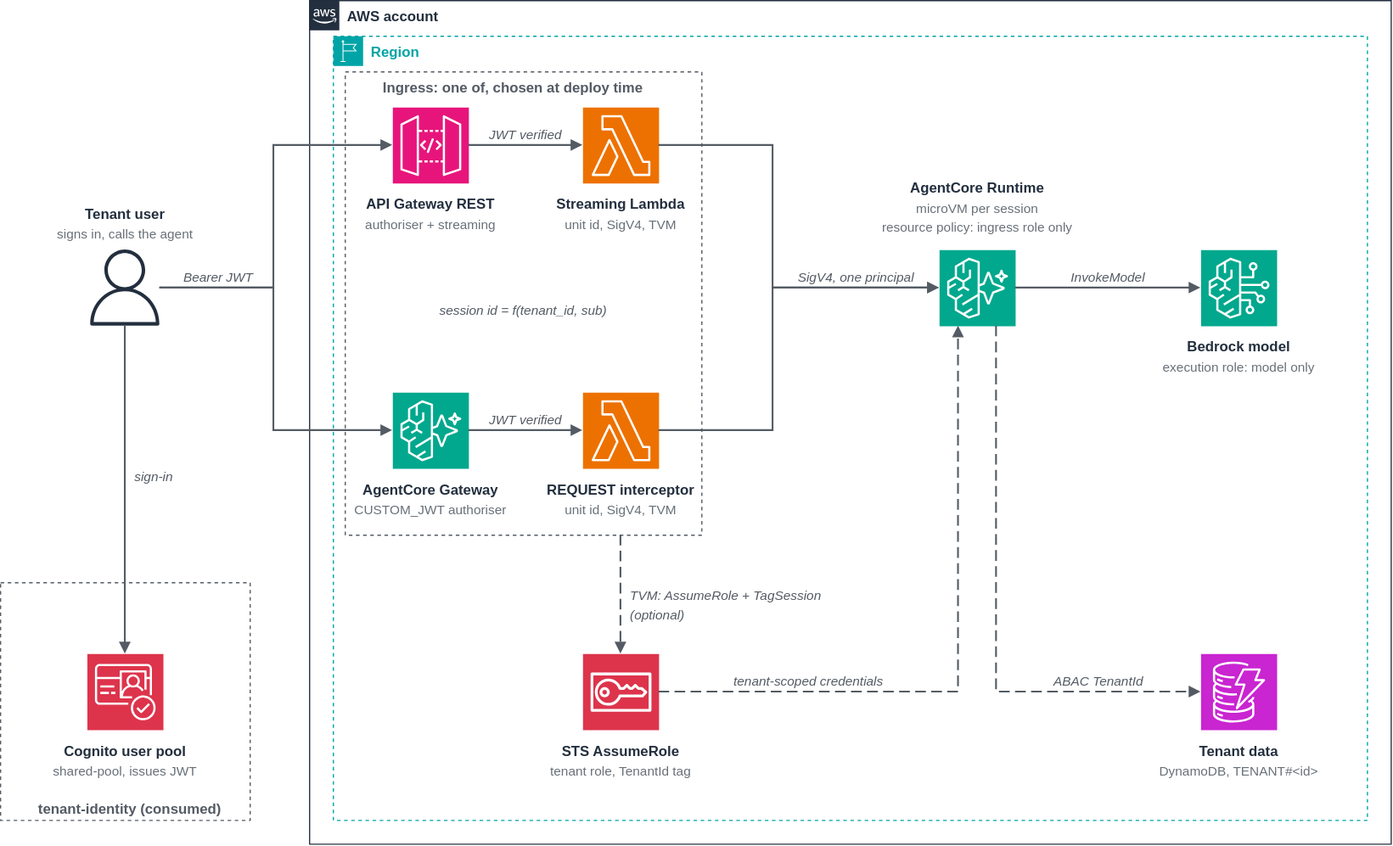
The draw.io diagram samples/runtime-isolation/diagrams/runtime-isolation.drawio.svg in aws-samples/sample-agentic-ai-acceleration-patterns, before a commit. Source tidied: cells renumbered, new cells last; positions are measured from the earlier drawing's top-left corner, leaving out a move shared by most shapes.
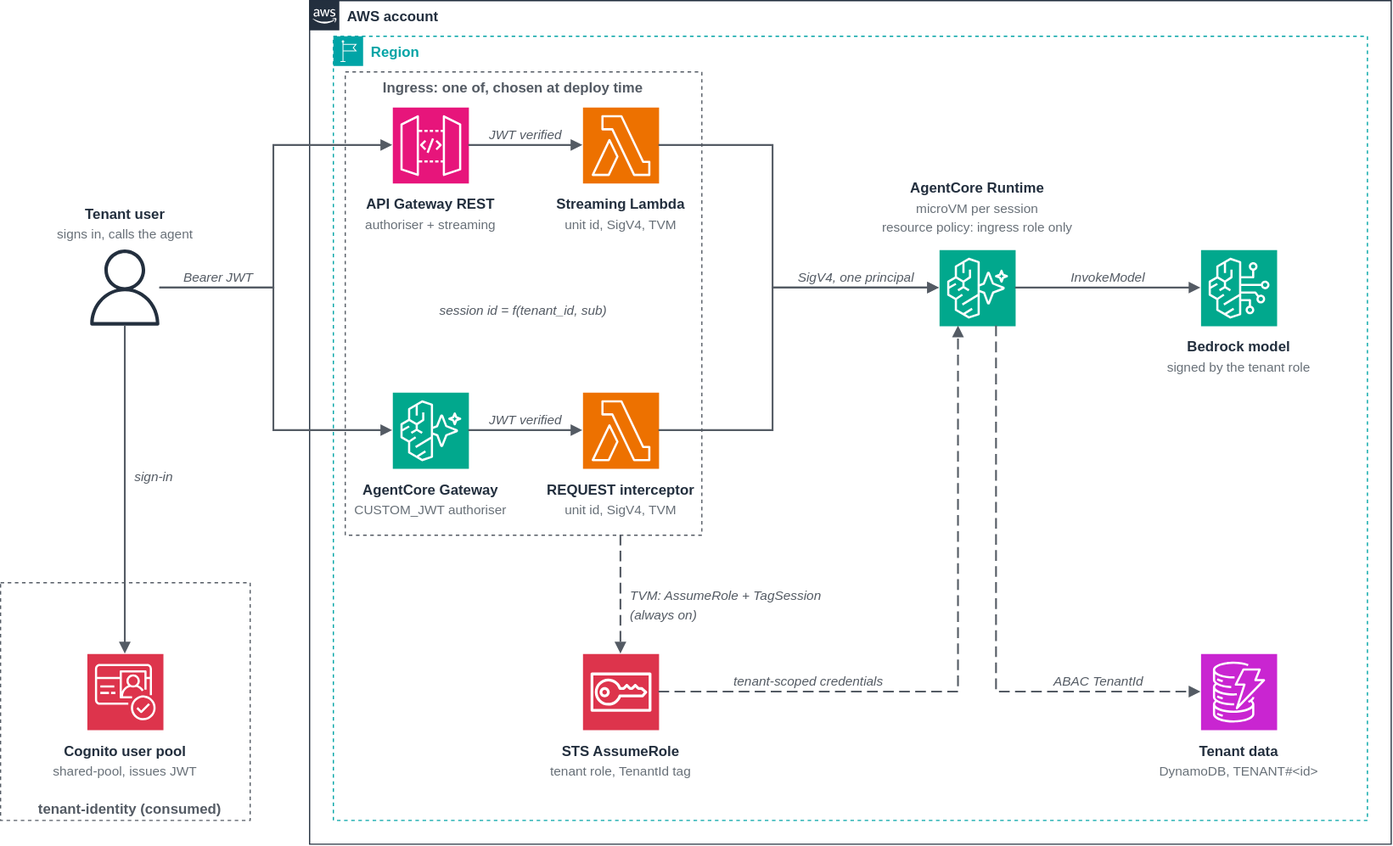
The same file after the commit.

Commit message:
runtime-isolation: blind-review code fixes

Diff of the diagram source:
```diff
@@ -89,7 +89,7 @@
     <mxCell id="30" value="Bedrock model" style="text;html=0;align=center;verticalAlign=top;fontSize=12;fontStyle=1;fontColor=#232F3E;spacing=0;spacingTop=0;" parent="1" vertex="1">
       <mxGeometry x="989.5" y="280" width="105" height="18" as="geometry" />
     </mxCell>
-    <mxCell id="31" value="execution role: model only" style="text;html=0;align=center;verticalAlign=top;fontSize=11;fontStyle=0;fontColor=#687078;spacing=0;spacingTop=0;" parent="1" vertex="1">
+    <mxCell id="31" value="signed by the tenant role" style="text;html=0;align=center;verticalAlign=top;fontSize=11;fontStyle=0;fontColor=#687078;spacing=0;spacingTop=0;" parent="1" vertex="1">
       <mxGeometry x="957.5" y="298" width="169" height="16" as="geometry" />
     </mxCell>
     <mxCell id="32" style="sketch=0;outlineConnect=0;fontColor=#232F3E;fillColor=#DD344C;strokeColor=#ffffff;dashed=0;html=0;fontSize=11;fontStyle=0;noLabel=1;shape=mxgraph.aws4.resourceIcon;resIcon=mxgraph.aws4.sts;" parent="1" vertex="1">
@@ -178,7 +178,7 @@
     <mxCell id="53" value="TVM: AssumeRole + TagSession" style="text;html=0;align=left;verticalAlign=top;fontSize=11;fontStyle=2;fontColor=#545B64;spacing=0;spacingTop=0;" parent="1" vertex="1">
       <mxGeometry x="530" y="490" width="181" height="16" as="geometry" />
     </mxCell>
-    <mxCell id="54" value="(optional)" style="text;html=0;align=left;verticalAlign=top;fontSize=11;fontStyle=2;fontColor=#545B64;spacing=0;spacingTop=0;" parent="1" vertex="1">
+    <mxCell id="54" value="(always on)" style="text;html=0;align=left;verticalAlign=top;fontSize=11;fontStyle=2;fontColor=#545B64;spacing=0;spacingTop=0;" parent="1" vertex="1">
       <mxGeometry x="530" y="506" width="70" height="16" as="geometry" />
     </mxCell>
     <mxCell id="55" style="edgeStyle=orthogonalEdgeStyle;rounded=0;html=0;strokeColor=#545B64;strokeWidth=1.5;endArrow=block;endFill=1;exitX=1;exitY=0.5;entryX=0.25;entryY=1;dashed=1;dashPattern=6 3;" parent="1" edge="1" source="32" target="25">
```
